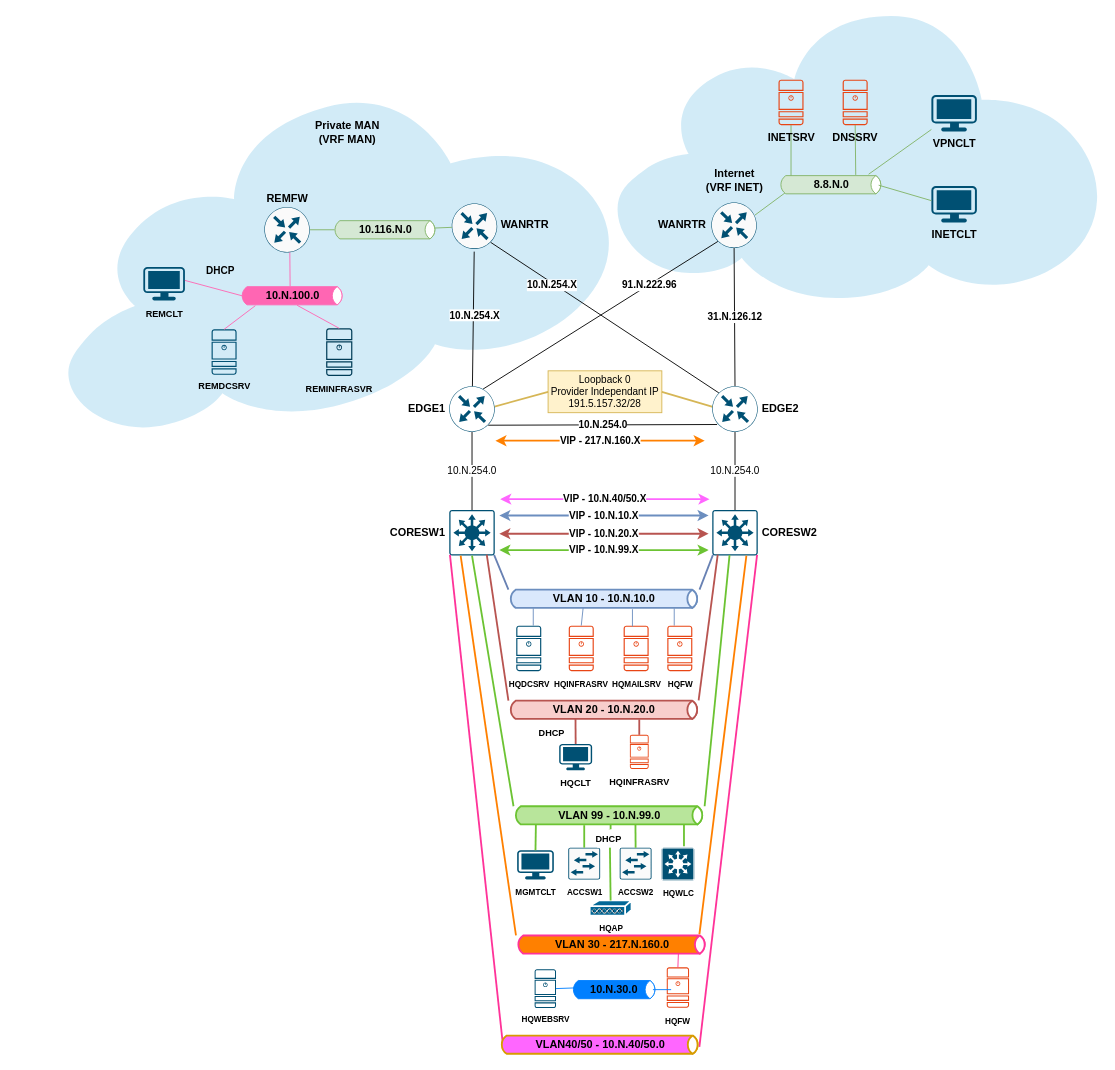
This is page "Logical - Layer 3 - Etudiants" (2 of 6) of SAE501-2024-étudiants(1).drawio from Nayrekk/SAE501, a draw.io file, before an edit. Source tidied: cells renumbered, new cells numbered last; positions are measured from the earlier drawing's top-left corner, leaving out a move shared by most shapes. Both pictures are drawn from the tidied source at 91%, with x=0, y=0 at pixel (43, 15).
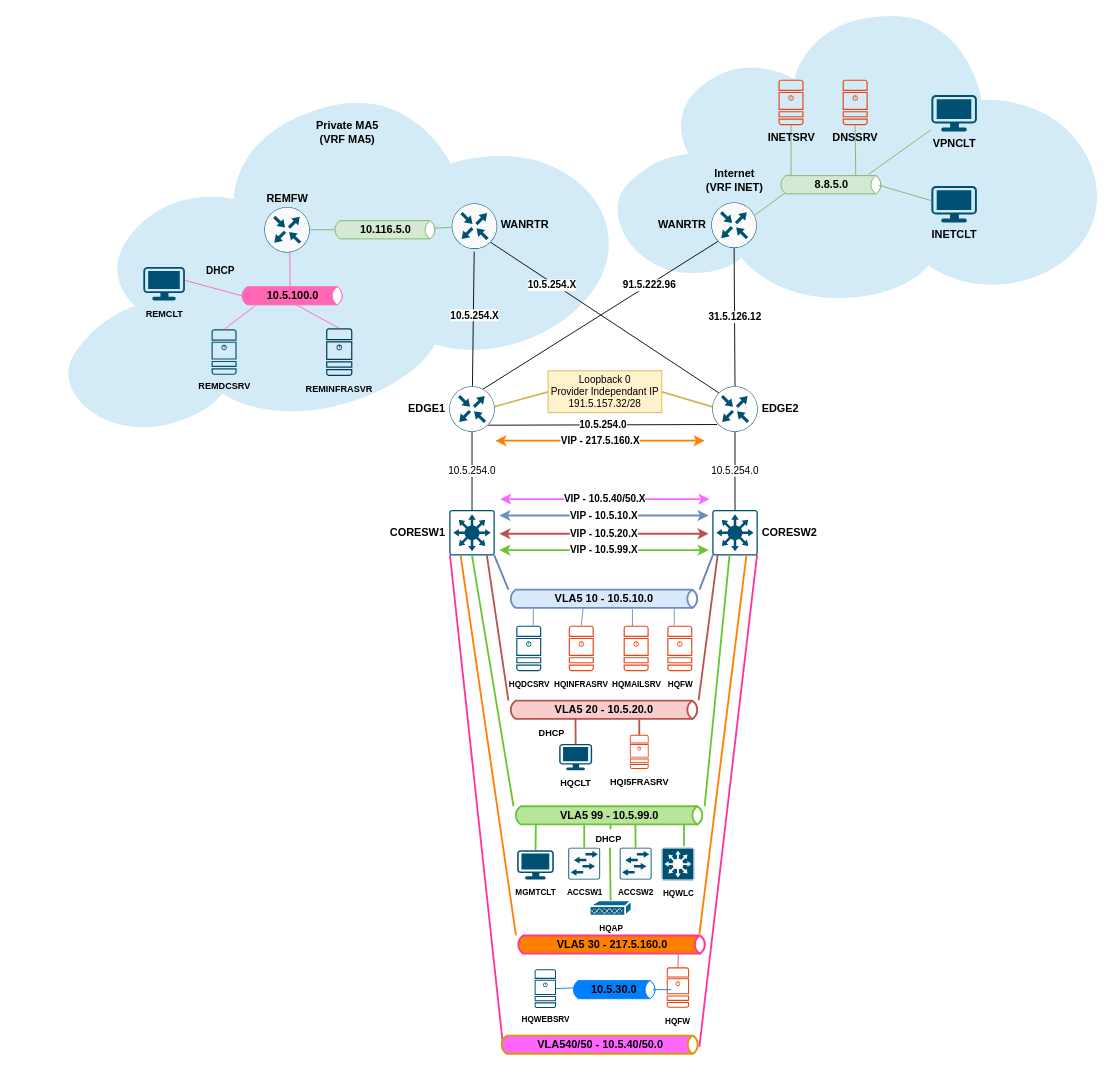
The same page after the edit.

Unchanged cells that the change refers to:
```xml
<mxCell id="7" value="CORESW1" style="points=[[0.015,0.015,0],[0.985,0.015,0],[0.985,0.985,0],[0.015,0.985,0],[0.25,0,0],[0.5,0,0],[0.75,0,0],[1,0.25,0],[1,0.5,0],[1,0.75,0],[0.75,1,0],[0.5,1,0],[0.25,1,0],[0,0.75,0],[0,0.5,0],[0,0.25,0]];verticalLabelPosition=middle;html=1;verticalAlign=middle;align=right;shape=mxgraph.cisco19.rect;prIcon=l3_switch;strokeColor=#005073;labelPosition=left;fontStyle=1;spacingRight=3;" parent="1" vertex="1">
  <mxGeometry x="446.2" y="543" width="50" height="50" as="geometry" />
</mxCell>
<mxCell id="8" value="CORESW2" style="points=[[0.015,0.015,0],[0.985,0.015,0],[0.985,0.985,0],[0.015,0.985,0],[0.25,0,0],[0.5,0,0],[0.75,0,0],[1,0.25,0],[1,0.5,0],[1,0.75,0],[0.75,1,0],[0.5,1,0],[0.25,1,0],[0,0.75,0],[0,0.5,0],[0,0.25,0]];verticalLabelPosition=middle;html=1;verticalAlign=middle;align=left;shape=mxgraph.cisco19.rect;prIcon=l3_switch;strokeColor=#005073;labelPosition=right;fontStyle=1;spacingLeft=3;" parent="1" vertex="1">
  <mxGeometry x="735.2" y="543" width="50" height="50" as="geometry" />
</mxCell>
<mxCell id="34" style="points=[[0.5,0,0],[1,0.5,0],[0.5,1,0],[0,0.5,0],[0.145,0.145,0],[0.8555,0.145,0],[0.855,0.8555,0],[0.145,0.855,0]];verticalLabelPosition=bottom;html=1;verticalAlign=top;align=center;shape=mxgraph.cisco19.rect;prIcon=router;fillColor=#FAFAFA;strokeColor=#005073;fontStyle=1;" parent="1" vertex="1">
  <mxGeometry x="448.9" y="206" width="50" height="50" as="geometry" />
</mxCell>
<mxCell id="46" style="points=[[0.5,0,0],[1,0.5,0],[0.5,1,0],[0,0.5,0],[0.145,0.145,0],[0.8555,0.145,0],[0.855,0.8555,0],[0.145,0.855,0]];verticalLabelPosition=bottom;html=1;verticalAlign=top;align=center;shape=mxgraph.cisco19.rect;prIcon=router;fillColor=#FAFAFA;strokeColor=#005073;fontStyle=1;" parent="1" vertex="1">
  <mxGeometry x="734.2" y="205" width="50" height="50" as="geometry" />
</mxCell>
<mxCell id="82" value="EDGE1" style="points=[[0.5,0,0],[1,0.5,0],[0.5,1,0],[0,0.5,0],[0.145,0.145,0],[0.8555,0.145,0],[0.855,0.8555,0],[0.145,0.855,0]];verticalLabelPosition=middle;html=1;verticalAlign=middle;align=right;shape=mxgraph.cisco19.rect;prIcon=router;strokeColor=#005073;labelPosition=left;fontStyle=1;spacingRight=3;" parent="1" vertex="1">
  <mxGeometry x="446.2" y="407" width="50" height="50" as="geometry" />
</mxCell>
<mxCell id="83" value="EDGE2" style="points=[[0.5,0,0],[1,0.5,0],[0.5,1,0],[0,0.5,0],[0.145,0.145,0],[0.8555,0.145,0],[0.855,0.8555,0],[0.145,0.855,0]];verticalLabelPosition=middle;html=1;verticalAlign=middle;align=left;shape=mxgraph.cisco19.rect;prIcon=router;strokeColor=#005073;labelPosition=right;fontStyle=1;spacingLeft=3;" parent="1" vertex="1">
  <mxGeometry x="735.2" y="407" width="50" height="50" as="geometry" />
</mxCell>
```

What changed in the source:
```diff
@@
-    <mxCell id="5" value="10.N.254.0" style="edgeStyle=none;rounded=0;jettySize=auto;html=1;exitX=0.5;exitY=1;exitDx=0;exitDy=0;exitPerimeter=0;entryX=0.5;entryY=0;entryDx=0;entryDy=0;entryPerimeter=0;endArrow=none;endFill=0;strokeWidth=1;fontSize=11;" parent="1" edge="1" source="82" target="7">
+    <mxCell id="5" value="10.5.254.0" style="edgeStyle=none;rounded=0;jettySize=auto;html=1;exitX=0.5;exitY=1;exitDx=0;exitDy=0;exitPerimeter=0;entryX=0.5;entryY=0;entryDx=0;entryDy=0;entryPerimeter=0;endArrow=none;endFill=0;strokeWidth=1;fontSize=11;" parent="1" edge="1" source="82" target="7">
       <mxGeometry relative="1" as="geometry" />
     </mxCell>
-    <mxCell id="6" value="&lt;b&gt;91.N.222.96&lt;/b&gt;" style="edgeStyle=none;rounded=0;jettySize=auto;html=1;exitX=0.742;exitY=0.062;exitDx=0;exitDy=0;exitPerimeter=0;entryX=0.145;entryY=0.855;entryDx=0;entryDy=0;entryPerimeter=0;endArrow=none;endFill=0;strokeWidth=1;fontSize=11;" parent="1" edge="1" source="82" target="46">
+    <mxCell id="6" value="&lt;b&gt;91.5.222.96&lt;/b&gt;" style="edgeStyle=none;rounded=0;jettySize=auto;html=1;exitX=0.742;exitY=0.062;exitDx=0;exitDy=0;exitPerimeter=0;entryX=0.145;entryY=0.855;entryDx=0;entryDy=0;entryPerimeter=0;endArrow=none;endFill=0;strokeWidth=1;fontSize=11;" parent="1" edge="1" source="82" target="46">
       <mxGeometry x="0.41" y="-1" relative="1" as="geometry" />
     </mxCell>
@@
-    <mxCell id="9" value="10.N.254.0" style="edgeStyle=none;rounded=0;jettySize=auto;html=1;exitX=0.5;exitY=1;exitDx=0;exitDy=0;exitPerimeter=0;entryX=0.5;entryY=0;entryDx=0;entryDy=0;entryPerimeter=0;endArrow=none;endFill=0;strokeWidth=1;fontSize=11;" parent="1" edge="1" source="83" target="8">
+    <mxCell id="9" value="10.5.254.0" style="edgeStyle=none;rounded=0;jettySize=auto;html=1;exitX=0.5;exitY=1;exitDx=0;exitDy=0;exitPerimeter=0;entryX=0.5;entryY=0;entryDx=0;entryDy=0;entryPerimeter=0;endArrow=none;endFill=0;strokeWidth=1;fontSize=11;" parent="1" edge="1" source="83" target="8">
       <mxGeometry relative="1" as="geometry" />
     </mxCell>
-    <mxCell id="10" value="&lt;b&gt;31.N.126.12&lt;/b&gt;" style="edgeStyle=none;rounded=0;jettySize=auto;html=1;exitX=0.5;exitY=1;exitDx=0;exitDy=0;exitPerimeter=0;entryX=0.5;entryY=0;entryDx=0;entryDy=0;entryPerimeter=0;endArrow=none;endFill=0;strokeWidth=1;fontSize=11;" parent="1" edge="1" source="46" target="83">
+    <mxCell id="10" value="&lt;b&gt;31.5.126.12&lt;/b&gt;" style="edgeStyle=none;rounded=0;jettySize=auto;html=1;exitX=0.5;exitY=1;exitDx=0;exitDy=0;exitPerimeter=0;entryX=0.5;entryY=0;entryDx=0;entryDy=0;entryPerimeter=0;endArrow=none;endFill=0;strokeWidth=1;fontSize=11;" parent="1" edge="1" source="46" target="83">
       <mxGeometry relative="1" as="geometry" />
     </mxCell>
@@
-    <mxCell id="16" value="&lt;b&gt;VLAN 20 - 10.N.20.0&lt;/b&gt;" style="html=1;fillColor=#f8cecc;strokeColor=#b85450;gradientDirection=north;strokeWidth=2;shape=mxgraph.networks.bus;gradientColor=none;gradientDirection=north;perimeter=backbonePerimeter;backboneSize=20;align=center;" parent="1" vertex="1">
+    <mxCell id="16" value="&lt;b&gt;VLA5 20 - 10.5.20.0&lt;/b&gt;" style="html=1;fillColor=#f8cecc;strokeColor=#b85450;gradientDirection=north;strokeWidth=2;shape=mxgraph.networks.bus;gradientColor=none;gradientDirection=north;perimeter=backbonePerimeter;backboneSize=20;align=center;" parent="1" vertex="1">
       <mxGeometry x="511.2" y="752" width="210" height="21" as="geometry" />
     </mxCell>
@@
-    <mxCell id="26" value="&lt;b&gt;VIP - 10.N.10.X&lt;/b&gt;" style="endArrow=classic;startArrow=classic;html=1;strokeWidth=2;fontSize=11;fillColor=#dae8fc;strokeColor=#6c8ebf;" parent="1" edge="1">
+    <mxCell id="26" value="&lt;b&gt;VIP - 10.5.10.X&lt;/b&gt;" style="endArrow=classic;startArrow=classic;html=1;strokeWidth=2;fontSize=11;fillColor=#dae8fc;strokeColor=#6c8ebf;" parent="1" edge="1">
       <mxGeometry relative="1" as="geometry">
         <mxPoint x="501.2" y="549" as="sourcePoint" />
         <mxPoint x="731.2" y="549" as="targetPoint" />
       </mxGeometry>
     </mxCell>
-    <mxCell id="27" value="&lt;b&gt;VIP - 10.N.20.X&lt;/b&gt;" style="endArrow=classic;startArrow=classic;html=1;strokeWidth=2;fontSize=11;fillColor=#f8cecc;strokeColor=#b85450;" parent="1" edge="1">
+    <mxCell id="27" value="&lt;b&gt;VIP - 10.5.20.X&lt;/b&gt;" style="endArrow=classic;startArrow=classic;html=1;strokeWidth=2;fontSize=11;fillColor=#f8cecc;strokeColor=#b85450;" parent="1" edge="1">
       <mxGeometry relative="1" as="geometry">
         <mxPoint x="501.2" y="569" as="sourcePoint" />
         <mxPoint x="731.2" y="569" as="targetPoint" />
       </mxGeometry>
     </mxCell>
-    <mxCell id="28" value="&lt;b&gt;8.8.N.0&lt;/b&gt;" style="html=1;fillColor=#d5e8d4;strokeColor=#82b366;gradientDirection=north;strokeWidth=1;shape=mxgraph.networks.bus;gradientDirection=north;perimeter=backbonePerimeter;backboneSize=20;align=center;" parent="1" vertex="1">
+    <mxCell id="28" value="&lt;b&gt;8.8.5.0&lt;/b&gt;" style="html=1;fillColor=#d5e8d4;strokeColor=#82b366;gradientDirection=north;strokeWidth=1;shape=mxgraph.networks.bus;gradientDirection=north;perimeter=backbonePerimeter;backboneSize=20;align=center;" parent="1" vertex="1">
       <mxGeometry x="808" y="175" width="115" height="21" as="geometry" />
     </mxCell>
-    <mxCell id="29" value="&lt;b&gt;VLAN 99 - 10.N.99.0&lt;/b&gt;" style="html=1;fillColor=#b8e59b;strokeColor=#6cc333;gradientDirection=north;strokeWidth=2;shape=mxgraph.networks.bus;gradientColor=none;gradientDirection=north;perimeter=backbonePerimeter;backboneSize=20;align=center;" parent="1" vertex="1">
+    <mxCell id="29" value="&lt;b&gt;VLA5 99 - 10.5.99.0&lt;/b&gt;" style="html=1;fillColor=#b8e59b;strokeColor=#6cc333;gradientDirection=north;strokeWidth=2;shape=mxgraph.networks.bus;gradientColor=none;gradientDirection=north;perimeter=backbonePerimeter;backboneSize=20;align=center;" parent="1" vertex="1">
       <mxGeometry x="516.8" y="868" width="210" height="21" as="geometry" />
     </mxCell>
@@
-    <mxCell id="32" value="&lt;b&gt;VIP - 10.N.99.X&lt;/b&gt;" style="endArrow=classic;startArrow=classic;html=1;strokeWidth=2;fontSize=11;fillColor=#f8cecc;strokeColor=#6cc333;" parent="1" edge="1">
+    <mxCell id="32" value="&lt;b&gt;VIP - 10.5.99.X&lt;/b&gt;" style="endArrow=classic;startArrow=classic;html=1;strokeWidth=2;fontSize=11;fillColor=#f8cecc;strokeColor=#6cc333;" parent="1" edge="1">
       <mxGeometry relative="1" as="geometry">
         <mxPoint x="501.2" y="587" as="sourcePoint" />
         <mxPoint x="731.2" y="587" as="targetPoint" />
       </mxGeometry>
     </mxCell>
@@
-    <mxCell id="35" value="&lt;b&gt;10.N.254.X&lt;/b&gt;" style="edgeStyle=none;rounded=0;jettySize=auto;html=1;exitX=0.145;exitY=0.145;exitDx=0;exitDy=0;exitPerimeter=0;entryX=0.855;entryY=0.8555;entryDx=0;entryDy=0;entryPerimeter=0;endArrow=none;endFill=0;strokeWidth=1;fontSize=11;" parent="1" edge="1" source="83" target="34">
+    <mxCell id="35" value="&lt;b&gt;10.5.254.X&lt;/b&gt;" style="edgeStyle=none;rounded=0;jettySize=auto;html=1;exitX=0.145;exitY=0.145;exitDx=0;exitDy=0;exitPerimeter=0;entryX=0.855;entryY=0.8555;entryDx=0;entryDy=0;entryPerimeter=0;endArrow=none;endFill=0;strokeWidth=1;fontSize=11;" parent="1" edge="1" source="83" target="34">
       <mxGeometry x="0.45" y="2" relative="1" as="geometry" />
     </mxCell>
-    <mxCell id="36" value="&lt;b&gt;10.N.254.X&lt;/b&gt;" style="edgeStyle=none;rounded=0;orthogonalLoop=1;jettySize=auto;html=1;endArrow=none;endFill=0;strokeWidth=1;fontSize=11;" parent="1" edge="1">
+    <mxCell id="36" value="&lt;b&gt;10.5.254.X&lt;/b&gt;" style="edgeStyle=none;rounded=0;orthogonalLoop=1;jettySize=auto;html=1;endArrow=none;endFill=0;strokeWidth=1;fontSize=11;" parent="1" edge="1">
       <mxGeometry x="0.07" y="-1" relative="1" as="geometry">
         <mxPoint x="471.6" y="410" as="sourcePoint" />
         <mxPoint x="473.6" y="259" as="targetPoint" />
       </mxGeometry>
     </mxCell>
@@
-    <mxCell id="38" value="&lt;b&gt;10.116.N.0&lt;/b&gt;" style="html=1;fillColor=#d5e8d4;strokeColor=#82b366;gradientDirection=north;strokeWidth=1;shape=mxgraph.networks.bus;gradientDirection=north;perimeter=backbonePerimeter;backboneSize=20;align=center;" parent="1" vertex="1">
+    <mxCell id="38" value="&lt;b&gt;10.116.5.0&lt;/b&gt;" style="html=1;fillColor=#d5e8d4;strokeColor=#82b366;gradientDirection=north;strokeWidth=1;shape=mxgraph.networks.bus;gradientDirection=north;perimeter=backbonePerimeter;backboneSize=20;align=center;" parent="1" vertex="1">
       <mxGeometry x="318" y="224.5" width="115" height="21" as="geometry" />
     </mxCell>
-    <mxCell id="39" value="&lt;b&gt;Private MAN&lt;br&gt;(VRF MAN)&lt;/b&gt;" style="text;html=1;strokeColor=none;fillColor=none;align=center;verticalAlign=middle;whiteSpace=wrap;rounded=0;" parent="1" vertex="1">
+    <mxCell id="39" value="&lt;b&gt;Private MA5&lt;br&gt;(VRF MA5)&lt;/b&gt;" style="text;html=1;strokeColor=none;fillColor=none;align=center;verticalAlign=middle;whiteSpace=wrap;rounded=0;" parent="1" vertex="1">
       <mxGeometry x="266" y="113" width="136.7" height="30" as="geometry" />
     </mxCell>
@@
-    <mxCell id="41" value="&lt;b&gt;10.N.254.0&lt;/b&gt;" style="edgeStyle=none;rounded=0;jettySize=auto;html=1;exitX=0.106;exitY=0.84;exitDx=0;exitDy=0;exitPerimeter=0;entryX=0.855;entryY=0.8555;entryDx=0;entryDy=0;entryPerimeter=0;endArrow=none;endFill=0;strokeWidth=1;fontSize=11;" parent="1" edge="1" source="83" target="82">
+    <mxCell id="41" value="&lt;b&gt;10.5.254.0&lt;/b&gt;" style="edgeStyle=none;rounded=0;jettySize=auto;html=1;exitX=0.106;exitY=0.84;exitDx=0;exitDy=0;exitPerimeter=0;entryX=0.855;entryY=0.8555;entryDx=0;entryDy=0;entryPerimeter=0;endArrow=none;endFill=0;strokeWidth=1;fontSize=11;" parent="1" edge="1" source="83" target="82">
       <mxGeometry relative="1" as="geometry" />
     </mxCell>
@@
-    <mxCell id="52" value="&lt;b&gt;10.N.100.0&lt;/b&gt;" style="html=1;fillColor=#FF66B3;strokeColor=#FF66B3;gradientDirection=north;strokeWidth=1;shape=mxgraph.networks.bus;gradientDirection=north;perimeter=backbonePerimeter;backboneSize=20;align=center;" parent="1" vertex="1">
+    <mxCell id="52" value="&lt;b&gt;10.5.100.0&lt;/b&gt;" style="html=1;fillColor=#FF66B3;strokeColor=#FF66B3;gradientDirection=north;strokeWidth=1;shape=mxgraph.networks.bus;gradientDirection=north;perimeter=backbonePerimeter;backboneSize=20;align=center;" parent="1" vertex="1">
       <mxGeometry x="216" y="297" width="115" height="21" as="geometry" />
     </mxCell>
@@
-    <mxCell id="69" value="&lt;b&gt;VLAN 30 - 217.N.160.0&lt;/b&gt;" style="html=1;fillColor=#FF8000;strokeColor=#FF3399;gradientDirection=north;strokeWidth=2;shape=mxgraph.networks.bus;gradientColor=none;gradientDirection=north;perimeter=backbonePerimeter;backboneSize=20;align=center;" parent="1" vertex="1">
+    <mxCell id="69" value="&lt;b&gt;VLA5 30 - 217.5.160.0&lt;/b&gt;" style="html=1;fillColor=#FF8000;strokeColor=#FF3399;gradientDirection=north;strokeWidth=2;shape=mxgraph.networks.bus;gradientColor=none;gradientDirection=north;perimeter=backbonePerimeter;backboneSize=20;align=center;" parent="1" vertex="1">
       <mxGeometry x="519.5" y="1010" width="210" height="21" as="geometry" />
     </mxCell>
@@
-    <mxCell id="72" value="&lt;b&gt;VIP - 217.N.160.X&lt;/b&gt;" style="endArrow=classic;startArrow=classic;html=1;strokeWidth=2;fontSize=11;fillColor=#dae8fc;strokeColor=#FF8000;" parent="1" edge="1">
+    <mxCell id="72" value="&lt;b&gt;VIP - 217.5.160.X&lt;/b&gt;" style="endArrow=classic;startArrow=classic;html=1;strokeWidth=2;fontSize=11;fillColor=#dae8fc;strokeColor=#FF8000;" parent="1" edge="1">
       <mxGeometry relative="1" as="geometry">
         <mxPoint x="496.9" y="466.8" as="sourcePoint" />
         <mxPoint x="726.9" y="466.8" as="targetPoint" />
       </mxGeometry>
     </mxCell>
@@
-    <mxCell id="76" value="&lt;b&gt;10.N.30.0&lt;/b&gt;" style="html=1;fillColor=#007FFF;strokeColor=#007FFF;gradientDirection=north;strokeWidth=1;shape=mxgraph.networks.bus;gradientDirection=north;perimeter=backbonePerimeter;backboneSize=20;align=center;" parent="1" vertex="1">
+    <mxCell id="76" value="&lt;b&gt;10.5.30.0&lt;/b&gt;" style="html=1;fillColor=#007FFF;strokeColor=#007FFF;gradientDirection=north;strokeWidth=1;shape=mxgraph.networks.bus;gradientDirection=north;perimeter=backbonePerimeter;backboneSize=20;align=center;" parent="1" vertex="1">
       <mxGeometry x="580" y="1060" width="94.8" height="20" as="geometry" />
     </mxCell>
@@
-    <mxCell id="84" value="&lt;font size=&quot;1&quot;&gt;&lt;b&gt;&lt;font style=&quot;font-size: 10px;&quot;&gt;HQINFRASRV&lt;/font&gt;&lt;/b&gt;&lt;/font&gt;" style="points=[[0.015,0.015,0],[0.985,0.015,0],[0.985,0.985,0],[0.015,0.985,0],[0.25,0,0],[0.5,0,0],[0.75,0,0],[1,0.25,0],[1,0.5,0],[1,0.75,0],[0.75,1,0],[0.5,1,0],[0.25,1,0],[0,0.75,0],[0,0.5,0],[0,0.25,0]];verticalLabelPosition=bottom;html=1;verticalAlign=top;align=center;shape=mxgraph.cisco19.server;fillColor=#E84515;strokeColor=none;" parent="1" vertex="1">
+    <mxCell id="84" value="&lt;font size=&quot;1&quot;&gt;&lt;b&gt;&lt;font style=&quot;font-size: 10px;&quot;&gt;HQI5FRASRV&lt;/font&gt;&lt;/b&gt;&lt;/font&gt;" style="points=[[0.015,0.015,0],[0.985,0.015,0],[0.985,0.985,0],[0.015,0.985,0],[0.25,0,0],[0.5,0,0],[0.75,0,0],[1,0.25,0],[1,0.5,0],[1,0.75,0],[0.75,1,0],[0.5,1,0],[0.25,1,0],[0,0.75,0],[0,0.5,0],[0,0.25,0]];verticalLabelPosition=bottom;html=1;verticalAlign=top;align=center;shape=mxgraph.cisco19.server;fillColor=#E84515;strokeColor=none;" parent="1" vertex="1">
       <mxGeometry x="644.7" y="790" width="20.6" height="37.5" as="geometry" />
     </mxCell>
@@
-    <mxCell id="86" value="&lt;b&gt;VIP - 10.N.40/50.X&lt;/b&gt;" style="endArrow=classic;startArrow=classic;html=1;strokeWidth=2;fontSize=11;fillColor=#f8cecc;strokeColor=#FF66FF;" parent="1" edge="1">
+    <mxCell id="86" value="&lt;b&gt;VIP - 10.5.40/50.X&lt;/b&gt;" style="endArrow=classic;startArrow=classic;html=1;strokeWidth=2;fontSize=11;fillColor=#f8cecc;strokeColor=#FF66FF;" parent="1" edge="1">
       <mxGeometry relative="1" as="geometry">
         <mxPoint x="502.2" y="531" as="sourcePoint" />
         <mxPoint x="732.2" y="531" as="targetPoint" />
       </mxGeometry>
     </mxCell>
@@
-    <mxCell id="89" value="&lt;b&gt;VLAN40/50 - 10.N.40/50.0&lt;/b&gt;" style="html=1;fillColor=#FF66FF;strokeColor=#d79b00;gradientDirection=north;strokeWidth=2;shape=mxgraph.networks.bus;gradientDirection=north;perimeter=backbonePerimeter;backboneSize=20;align=center;" parent="1" vertex="1">
+    <mxCell id="89" value="&lt;b&gt;VLA540/50 - 10.5.40/50.0&lt;/b&gt;" style="html=1;fillColor=#FF66FF;strokeColor=#d79b00;gradientDirection=north;strokeWidth=2;shape=mxgraph.networks.bus;gradientDirection=north;perimeter=backbonePerimeter;backboneSize=20;align=center;" parent="1" vertex="1">
       <mxGeometry x="501.3" y="1120" width="220.4" height="21" as="geometry" />
     </mxCell>
@@
-    <mxCell id="98" value="&lt;b&gt;VLAN 10 - 10.N.10.0&lt;/b&gt;" style="html=1;fillColor=#dae8fc;strokeColor=#6c8ebf;gradientDirection=north;strokeWidth=2;shape=mxgraph.networks.bus;gradientColor=none;gradientDirection=north;perimeter=backbonePerimeter;backboneSize=20;align=center;" parent="1" vertex="1">
+    <mxCell id="98" value="&lt;b&gt;VLA5 10 - 10.5.10.0&lt;/b&gt;" style="html=1;fillColor=#dae8fc;strokeColor=#6c8ebf;gradientDirection=north;strokeWidth=2;shape=mxgraph.networks.bus;gradientColor=none;gradientDirection=north;perimeter=backbonePerimeter;backboneSize=20;align=center;" parent="1" vertex="1">
       <mxGeometry x="511.2" y="630" width="210" height="21" as="geometry" />
     </mxCell>
```
